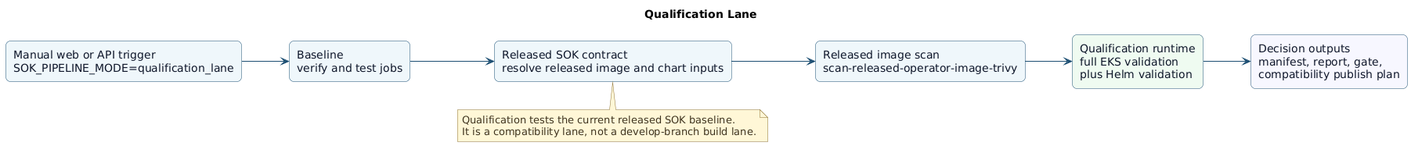
Before: gitlab-ci/diagrams/qualification-lane-target.png, a diagram exported from PlantUML (splunk/splunk-operator).
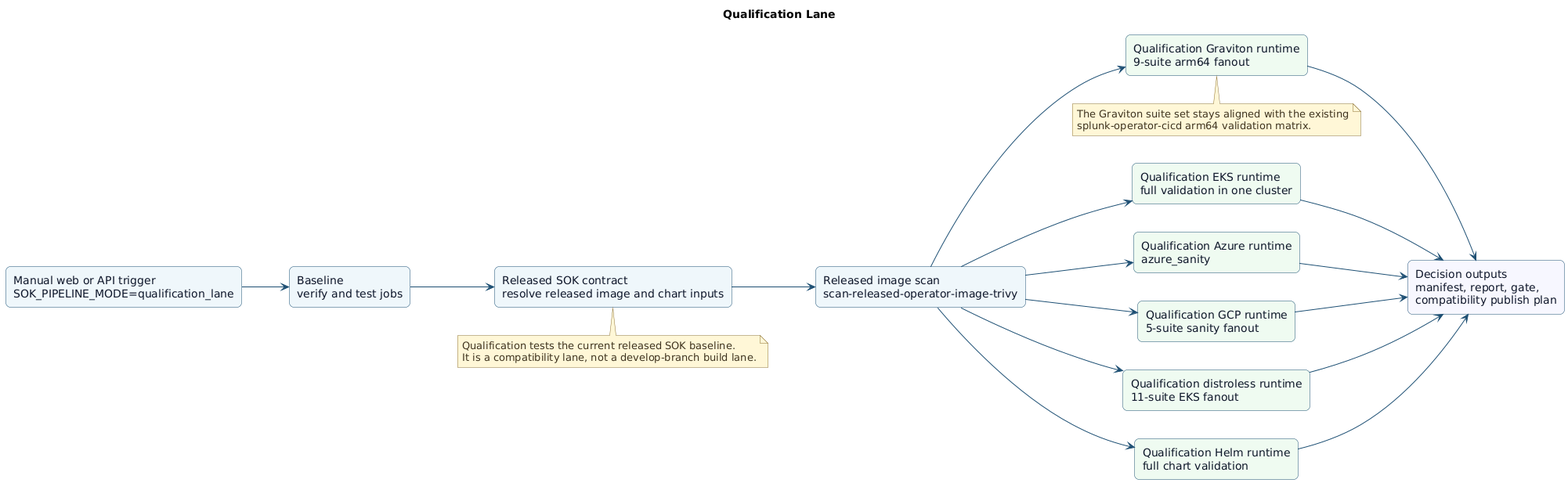
Above is the later version.

Diff of the diagram source:
```diff
@@ -21,17 +21,37 @@
 rectangle "Baseline\nverify and test jobs" as baseline
 rectangle "Released SOK contract\nresolve released image and chart inputs" as contract
 rectangle "Released image scan\nscan-released-operator-image-trivy" as scan
-rectangle "Qualification runtime\nfull EKS validation\nplus Helm validation" as runtime #eefbf1
+rectangle "Qualification EKS runtime\nfull validation in one cluster" as runtime_eks #eefbf1
+rectangle "Qualification Azure runtime\nazure_sanity" as runtime_azure #eefbf1
+rectangle "Qualification GCP runtime\n5-suite sanity fanout" as runtime_gcp #eefbf1
+rectangle "Qualification distroless runtime\n11-suite EKS fanout" as runtime_distroless #eefbf1
+rectangle "Qualification Graviton runtime\n9-suite arm64 fanout" as runtime_graviton #eefbf1
+rectangle "Qualification Helm runtime\nfull chart validation" as runtime_helm #eefbf1
 rectangle "Decision outputs\nmanifest, report, gate,\ncompatibility publish plan" as report #f7f7ff
 
 trigger --> baseline
 baseline --> contract
 contract --> scan
-scan --> runtime
-runtime --> report
+scan --> runtime_eks
+scan --> runtime_azure
+scan --> runtime_gcp
+scan --> runtime_distroless
+scan --> runtime_graviton
+scan --> runtime_helm
+runtime_eks --> report
+runtime_azure --> report
+runtime_gcp --> report
+runtime_distroless --> report
+runtime_graviton --> report
+runtime_helm --> report
 
 note bottom of contract
 Qualification tests the current released SOK baseline.
 It is a compatibility lane, not a develop-branch build lane.
 end note
+
+note bottom of runtime_graviton
+The Graviton suite set stays aligned with the existing
+splunk-operator-cicd arm64 validation matrix.
+end note
 @enduml
```
